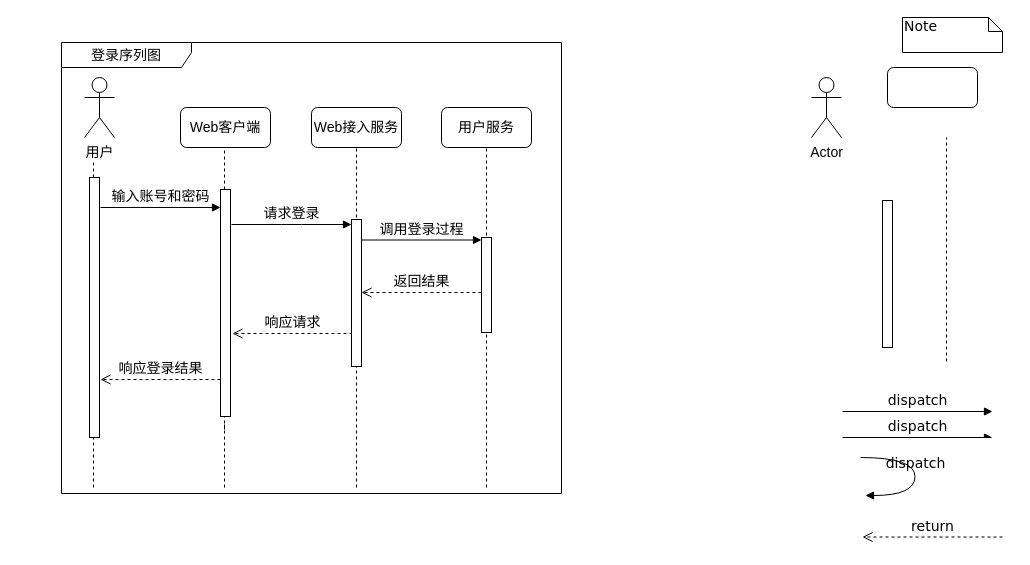
Earlier version of the draw.io diagram sequence-login.drawio (waterwatermelon/graph). Source tidied: cells renumbered, new cells numbered last; positions are measured from the earlier drawing's top-left corner, leaving out a move shared by most shapes. Both pictures are drawn from the tidied source at 100%, with x=0, y=0 at pixel (61, 17).
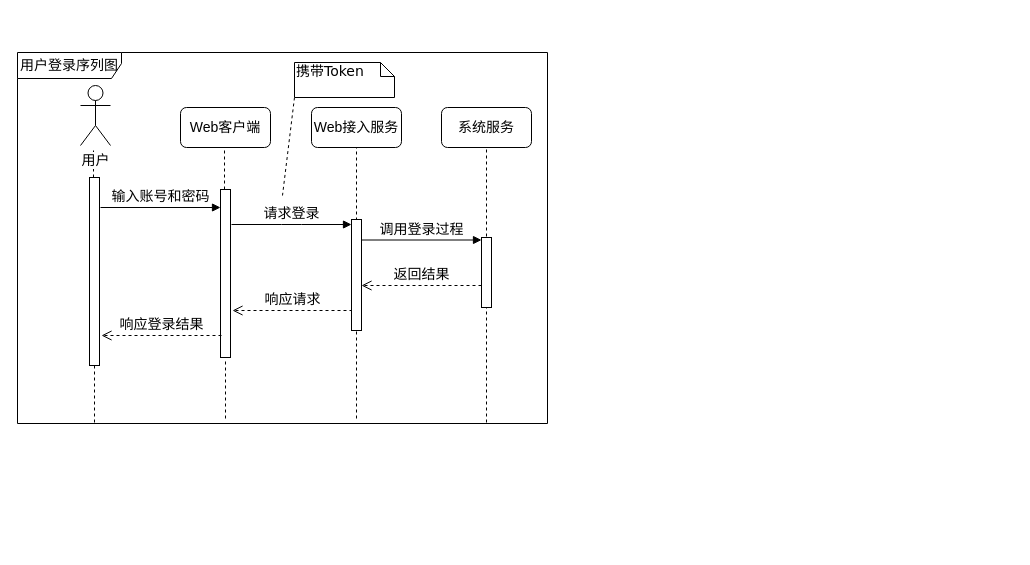
Above is the later version.

Diff of the diagram source:
```diff
@@
-    <mxCell id="2" value="登录序列图" style="shape=umlFrame;whiteSpace=wrap;html=1;fontSize=14;width=130;height=25;" parent="1" vertex="1">
-      <mxGeometry y="25" width="500" height="451" as="geometry" />
-    </mxCell>
+    <mxCell id="33" value="&lt;font style=&quot;font-size: 14px&quot;&gt;用户登录序列图&lt;/font&gt;" style="shape=umlFrame;whiteSpace=wrap;html=1;width=104;height=26;" parent="1" vertex="1">
+      <mxGeometry x="-44" y="35" width="530" height="371" as="geometry" />
+    </mxCell>
     <mxCell id="3" style="endArrow=none;dashed=1;html=1;fontSize=14;fontColor=#000000;" parent="1" edge="1">
       <mxGeometry relative="1" as="geometry">
-        <mxPoint x="425" y="470" as="sourcePoint" />
+        <mxPoint x="425" y="405" as="sourcePoint" />
         <mxPoint x="425" y="130" as="targetPoint" />
       </mxGeometry>
     </mxCell>
     <mxCell id="4" style="endArrow=none;dashed=1;html=1;fontSize=14;fontColor=#000000;" parent="1" edge="1">
       <mxGeometry relative="1" as="geometry">
-        <mxPoint x="295" y="470" as="sourcePoint" />
+        <mxPoint x="295" y="401" as="sourcePoint" />
         <mxPoint x="295" y="130" as="targetPoint" />
       </mxGeometry>
     </mxCell>
@@
-    <mxCell id="6" value="return" style="html=1;verticalAlign=bottom;endArrow=open;dashed=1;endSize=8;labelBackgroundColor=none;fontFamily=Verdana;fontSize=14;fontColor=#000000;" parent="1" edge="1">
-      <mxGeometry relative="1" as="geometry">
-        <mxPoint x="941" y="519.5" as="sourcePoint" />
-        <mxPoint x="801" y="519.5" as="targetPoint" />
-      </mxGeometry>
-    </mxCell>
+    <mxCell id="34" style="rounded=0;jettySize=auto;html=1;exitX=0;exitY=1;exitDx=0;exitDy=0;exitPerimeter=0;endArrow=none;endFill=0;dashed=1;" parent="1" edge="1" source="7">
+      <mxGeometry relative="1" as="geometry">
+        <mxPoint x="221" y="178" as="targetPoint" />
+      </mxGeometry>
+    </mxCell>
-    <mxCell id="7" value="Note" style="shape=note;whiteSpace=wrap;html=1;size=14;verticalAlign=top;align=left;spacingTop=-6;rounded=0;shadow=0;comic=0;labelBackgroundColor=none;strokeColor=#000000;strokeWidth=1;fillColor=#FFFFFF;fontFamily=Verdana;fontSize=14;fontColor=#000000;" parent="1" vertex="1">
-      <mxGeometry x="841" width="100" height="35" as="geometry" />
+    <mxCell id="7" value="携带Token" style="shape=note;whiteSpace=wrap;html=1;size=14;verticalAlign=top;align=left;spacingTop=-6;rounded=0;shadow=0;comic=0;labelBackgroundColor=none;strokeColor=#000000;strokeWidth=1;fillColor=#FFFFFF;fontFamily=Verdana;fontSize=14;fontColor=#000000;" parent="1" vertex="1">
+      <mxGeometry x="233" y="45" width="100" height="35" as="geometry" />
     </mxCell>
-    <mxCell id="8" style="html=1;perimeter=orthogonalPerimeter;rounded=0;shadow=0;comic=0;labelBackgroundColor=none;strokeColor=#000000;strokeWidth=1;fillColor=#FFFFFF;fontFamily=Verdana;fontSize=14;fontColor=#000000;align=center;" parent="1" vertex="1">
-      <mxGeometry x="821" y="183" width="10" height="147" as="geometry" />
-    </mxCell>
-    <mxCell id="9" value="Actor" style="shape=umlActor;verticalLabelPosition=bottom;labelBackgroundColor=#ffffff;verticalAlign=top;html=1;fontSize=14;fontColor=#000000;" parent="1" vertex="1">
-      <mxGeometry x="750" y="60" width="30" height="60" as="geometry" />
-    </mxCell>
-    <mxCell id="10" value="dispatch" style="html=1;verticalAlign=bottom;endArrow=async;entryX=0;entryY=0;labelBackgroundColor=none;fontFamily=Verdana;fontSize=14;elbow=vertical;endFill=1;fontColor=#000000;" parent="1" edge="1">
-      <mxGeometry relative="1" as="geometry">
-        <mxPoint x="781" y="420" as="sourcePoint" />
-        <mxPoint x="931" y="420" as="targetPoint" />
-      </mxGeometry>
-    </mxCell>
-    <mxCell id="11" value="dispatch" style="html=1;verticalAlign=bottom;endArrow=block;labelBackgroundColor=none;fontFamily=Verdana;fontSize=14;elbow=vertical;edgeStyle=orthogonalEdgeStyle;curved=1;entryX=1;entryY=0.286;entryPerimeter=0;exitX=1.038;exitY=0.345;exitPerimeter=0;fontColor=#000000;" parent="1" edge="1">
-      <mxGeometry relative="1" as="geometry">
-        <mxPoint x="799" y="440" as="sourcePoint" />
-        <mxPoint x="804" y="478" as="targetPoint" />
-        <Array as="points">
-          <mxPoint x="853.5" y="440" />
-          <mxPoint x="853.5" y="478" />
-        </Array>
-      </mxGeometry>
-    </mxCell>
-    <mxCell id="12" value="dispatch" style="html=1;verticalAlign=bottom;endArrow=block;entryX=0;entryY=0;labelBackgroundColor=none;fontFamily=Verdana;fontSize=14;elbow=vertical;fontColor=#000000;" parent="1" edge="1">
-      <mxGeometry relative="1" as="geometry">
-        <mxPoint x="781" y="394" as="sourcePoint" />
-        <mxPoint x="931" y="394" as="targetPoint" />
-      </mxGeometry>
-    </mxCell>
-    <mxCell id="13" style="rounded=1;whiteSpace=wrap;html=1;fontSize=14;fontColor=#000000;" parent="1" vertex="1">
-      <mxGeometry x="826" y="50" width="90" height="40" as="geometry" />
-    </mxCell>
-    <mxCell id="14" style="endArrow=none;dashed=1;html=1;fontSize=14;fontColor=#000000;" parent="1" edge="1">
-      <mxGeometry relative="1" as="geometry">
-        <mxPoint x="885" y="344" as="sourcePoint" />
-        <mxPoint x="885" y="120" as="targetPoint" />
-      </mxGeometry>
-    </mxCell>
@@
-    <mxCell id="17" style="endArrow=none;dashed=1;html=1;fontSize=14;fontColor=#000000;" parent="1" edge="1">
-      <mxGeometry relative="1" as="geometry">
-        <mxPoint x="163" y="412" as="sourcePoint" />
-        <mxPoint x="163" y="371" as="targetPoint" />
-      </mxGeometry>
-    </mxCell>
@@
     <mxCell id="19" style="html=1;points=[];perimeter=orthogonalPerimeter;rounded=0;shadow=0;comic=0;labelBackgroundColor=none;strokeColor=#000000;strokeWidth=1;fillColor=#FFFFFF;fontFamily=Verdana;fontSize=14;fontColor=#000000;align=center;" parent="1" vertex="1">
-      <mxGeometry x="159" y="172" width="10" height="227" as="geometry" />
+      <mxGeometry x="159" y="172" width="10" height="168" as="geometry" />
     </mxCell>
-    <mxCell id="20" value="用户服务" style="rounded=1;whiteSpace=wrap;html=1;fontSize=14;fontColor=#000000;" parent="1" vertex="1">
+    <mxCell id="20" value="系统服务" style="rounded=1;whiteSpace=wrap;html=1;fontSize=14;fontColor=#000000;" parent="1" vertex="1">
       <mxGeometry x="380" y="90" width="90" height="40" as="geometry" />
     </mxCell>
@@
     <mxCell id="22" value="返回结果" style="html=1;verticalAlign=bottom;endArrow=open;dashed=1;endSize=8;labelBackgroundColor=none;fontFamily=Verdana;fontSize=14;fontColor=#000000;" parent="1" edge="1">
       <mxGeometry relative="1" as="geometry">
-        <mxPoint x="420" y="275" as="sourcePoint" />
-        <mxPoint x="300" y="275" as="targetPoint" />
+        <mxPoint x="420" y="268" as="sourcePoint" />
+        <mxPoint x="300" y="268" as="targetPoint" />
       </mxGeometry>
     </mxCell>
     <mxCell id="23" value="响应请求" style="html=1;verticalAlign=bottom;endArrow=open;dashed=1;endSize=8;labelBackgroundColor=none;fontFamily=Verdana;fontSize=14;fontColor=#000000;" parent="1" edge="1">
       <mxGeometry relative="1" as="geometry">
-        <mxPoint x="291" y="316" as="sourcePoint" />
-        <mxPoint x="171" y="316" as="targetPoint" />
+        <mxPoint x="291" y="293" as="sourcePoint" />
+        <mxPoint x="171" y="293" as="targetPoint" />
       </mxGeometry>
     </mxCell>
@@
     <mxCell id="25" style="html=1;points=[];perimeter=orthogonalPerimeter;rounded=0;shadow=0;comic=0;labelBackgroundColor=none;strokeColor=#000000;strokeWidth=1;fillColor=#FFFFFF;fontFamily=Verdana;fontSize=14;fontColor=#000000;align=center;" parent="1" vertex="1">
-      <mxGeometry x="28" y="160" width="10" height="260" as="geometry" />
+      <mxGeometry x="28" y="160" width="10" height="188" as="geometry" />
     </mxCell>
-    <mxCell id="26" style="endArrow=none;dashed=1;html=1;fontSize=14;fontColor=#000000;" parent="1" edge="1">
-      <mxGeometry relative="1" as="geometry">
-        <mxPoint x="32" y="470" as="sourcePoint" />
-        <mxPoint x="32" y="420" as="targetPoint" />
-      </mxGeometry>
-    </mxCell>
-    <mxCell id="27" style="endArrow=none;dashed=1;html=1;fontSize=14;fontColor=#000000;" parent="1" edge="1">
-      <mxGeometry relative="1" as="geometry">
-        <mxPoint x="163" y="470" as="sourcePoint" />
-        <mxPoint x="163" y="405.5" as="targetPoint" />
-      </mxGeometry>
-    </mxCell>
@@
     <mxCell id="29" value="&lt;font style=&quot;font-size: 14px&quot;&gt;用户&lt;/font&gt;" style="shape=umlActor;verticalLabelPosition=bottom;labelBackgroundColor=#ffffff;verticalAlign=top;html=1;fontSize=14;fontColor=#000000;" parent="1" vertex="1">
-      <mxGeometry x="23" y="60" width="30" height="60" as="geometry" />
+      <mxGeometry x="19" y="68" width="30" height="60" as="geometry" />
     </mxCell>
     <mxCell id="30" value="响应登录结果" style="html=1;verticalAlign=bottom;endArrow=open;dashed=1;endSize=8;labelBackgroundColor=none;fontFamily=Verdana;fontSize=14;fontColor=#000000;" parent="1" edge="1">
       <mxGeometry relative="1" as="geometry">
-        <mxPoint x="159" y="362" as="sourcePoint" />
-        <mxPoint x="39" y="362" as="targetPoint" />
+        <mxPoint x="160" y="318" as="sourcePoint" />
+        <mxPoint x="40" y="318" as="targetPoint" />
       </mxGeometry>
     </mxCell>
     <mxCell id="31" style="html=1;perimeter=orthogonalPerimeter;rounded=0;shadow=0;comic=0;labelBackgroundColor=none;strokeColor=#000000;strokeWidth=1;fillColor=#FFFFFF;fontFamily=Verdana;fontSize=14;fontColor=#000000;align=center;" parent="1" vertex="1">
-      <mxGeometry x="290" y="202" width="10" height="147" as="geometry" />
+      <mxGeometry x="290" y="202" width="10" height="111" as="geometry" />
     </mxCell>
     <mxCell id="32" style="html=1;perimeter=orthogonalPerimeter;rounded=0;shadow=0;comic=0;labelBackgroundColor=none;strokeColor=#000000;strokeWidth=1;fillColor=#FFFFFF;fontFamily=Verdana;fontSize=14;fontColor=#000000;align=center;" parent="1" vertex="1">
-      <mxGeometry x="420" y="220" width="10" height="95" as="geometry" />
+      <mxGeometry x="420" y="220" width="10" height="70" as="geometry" />
     </mxCell>
+    <mxCell id="35" style="endArrow=none;dashed=1;html=1;fontSize=14;fontColor=#000000;" parent="1" edge="1">
+      <mxGeometry relative="1" as="geometry">
+        <mxPoint x="164" y="401" as="sourcePoint" />
+        <mxPoint x="164" y="342" as="targetPoint" />
+      </mxGeometry>
+    </mxCell>
+    <mxCell id="36" style="endArrow=none;dashed=1;html=1;fontSize=14;fontColor=#000000;" parent="1" edge="1">
+      <mxGeometry relative="1" as="geometry">
+        <mxPoint x="33" y="405" as="sourcePoint" />
+        <mxPoint x="33" y="346" as="targetPoint" />
+      </mxGeometry>
+    </mxCell>
```
